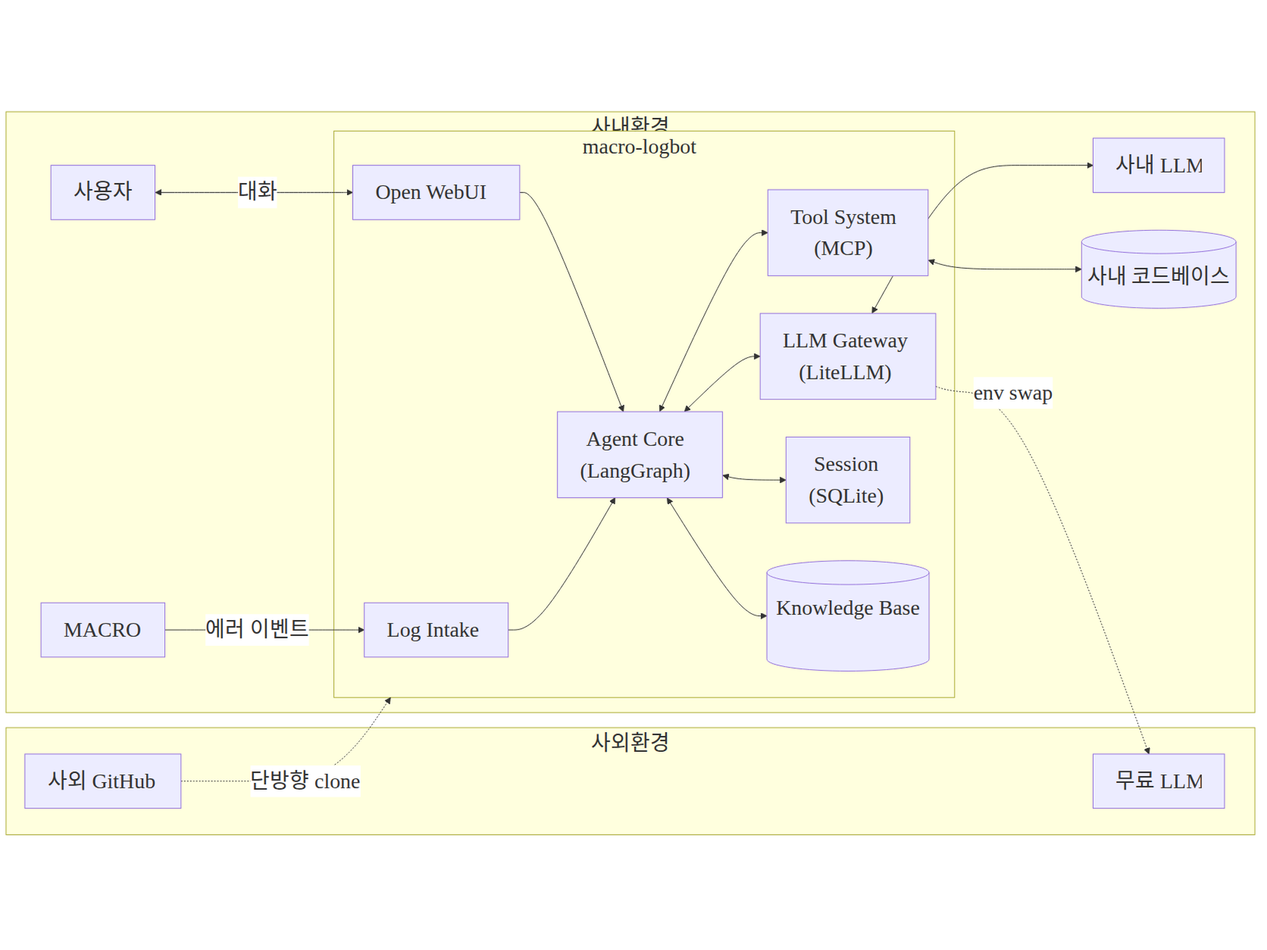
This is docs/showcase/02-architecture-diagram.png from simsimhugh/macro-logbot, a Mermaid export, as it was before one commit. Its source is kept beside it as docs/showcase/02-architecture-diagram.mmd. Source of this version:
```mermaid
%%{init: {"theme":"default", "themeVariables": {"fontFamily": "Noto Sans CJK KR, sans-serif", "fontSize": "28px", "nodeFontSize": "28px", "edgeLabelBackground":"#fff"}}}%%
flowchart LR
    subgraph 사외환경
        GH["사외 GitHub"]
        FREE["무료 LLM"]
    end

    subgraph 사내환경
        MACRO["MACRO"]
        LLM["사내 LLM"]
        CB[("사내 코드베이스")]
        USER["사용자"]

        subgraph deploy["macro-logbot"]
            LI["Log Intake"]
            UI["Open WebUI"]
            AC["Agent Core<br/>(LangGraph)"]
            LG["LLM Gateway<br/>(LiteLLM)"]
            TS["Tool System<br/>(MCP)"]
            SC["Session<br/>(SQLite)"]
            KB[("Knowledge Base")]
        end
    end

    MACRO -->|"에러 이벤트"| LI
    LI --> AC
    USER <-->|"대화"| UI
    UI --> AC
    AC <--> LG
    LG <--> LLM
    LG -.->|"env swap"| FREE
    AC <--> TS
    TS <--> CB
    AC <--> SC
    AC <--> KB
    GH -.->|"단방향 clone"| deploy
```
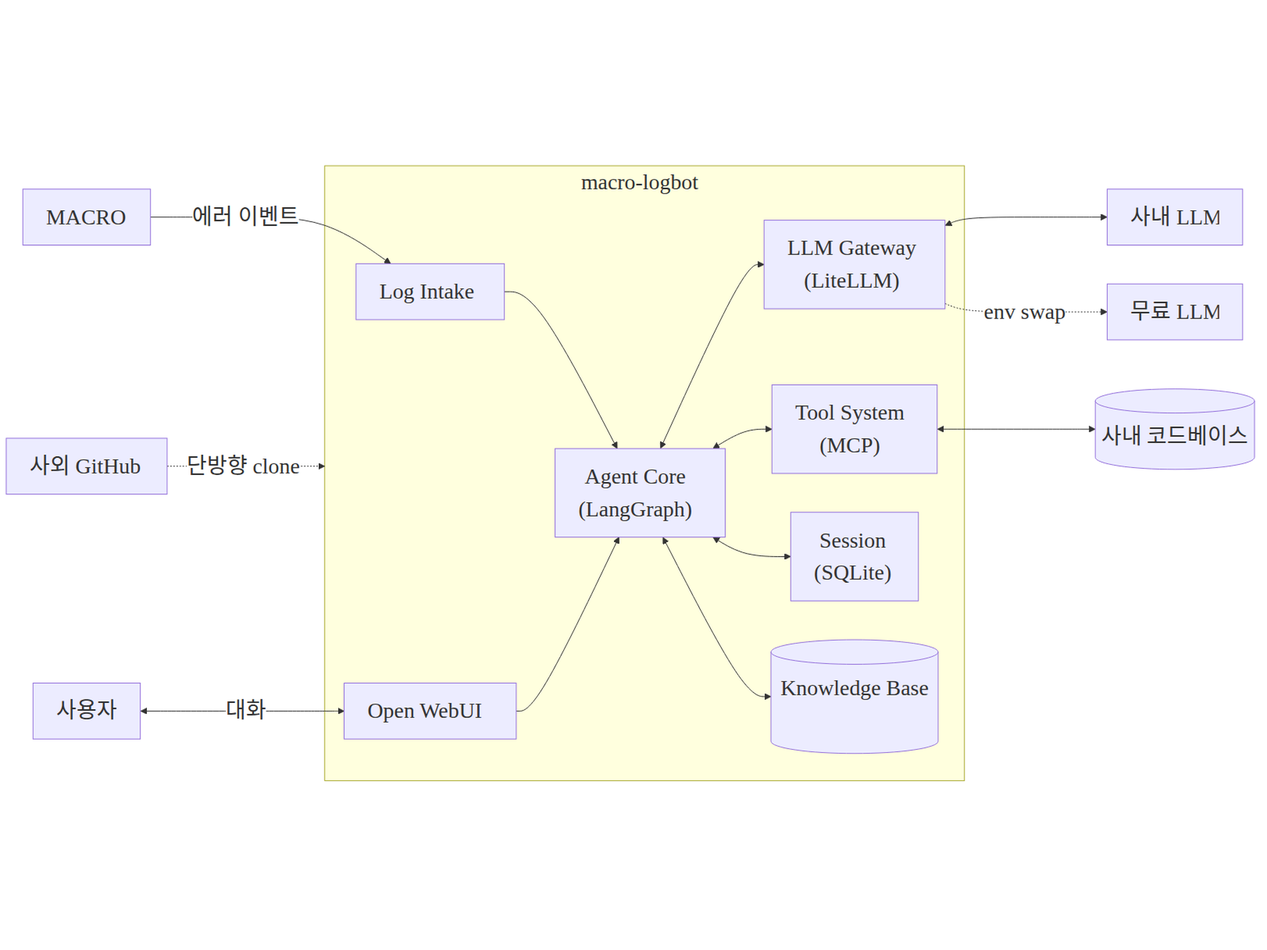
After the change.

Commit message:
docs(showcase): 02 사진 — 사외/사내 subgraph 제거 (글씨 가림 해소)

사용자 피드백: "사내환경" 라벨이 macro-logbot 블록에 가려짐.
- 사외/사내 subgraph 제거 — flat flowchart 로 단순화.
- macro-logbot subgraph 만 유지 (컴포넌트 묶음).
- PNG 4:3 (2000x1500) 재생성.

What changed in the source:
```diff
@@ -1,25 +1,20 @@
 %%{init: {"theme":"default", "themeVariables": {"fontFamily": "Noto Sans CJK KR, sans-serif", "fontSize": "28px", "nodeFontSize": "28px", "edgeLabelBackground":"#fff"}}}%%
 flowchart LR
-    subgraph 사외환경
-        GH["사외 GitHub"]
-        FREE["무료 LLM"]
-    end
+    GH["사외 GitHub"]
+    FREE["무료 LLM"]
+    MACRO["MACRO"]
+    LLM["사내 LLM"]
+    CB[("사내 코드베이스")]
+    USER["사용자"]
 
-    subgraph 사내환경
-        MACRO["MACRO"]
-        LLM["사내 LLM"]
-        CB[("사내 코드베이스")]
-        USER["사용자"]
-
-        subgraph deploy["macro-logbot"]
-            LI["Log Intake"]
-            UI["Open WebUI"]
-            AC["Agent Core<br/>(LangGraph)"]
-            LG["LLM Gateway<br/>(LiteLLM)"]
-            TS["Tool System<br/>(MCP)"]
-            SC["Session<br/>(SQLite)"]
-            KB[("Knowledge Base")]
-        end
+    subgraph deploy["macro-logbot"]
+        LI["Log Intake"]
+        UI["Open WebUI"]
+        AC["Agent Core<br/>(LangGraph)"]
+        LG["LLM Gateway<br/>(LiteLLM)"]
+        TS["Tool System<br/>(MCP)"]
+        SC["Session<br/>(SQLite)"]
+        KB[("Knowledge Base")]
     end
 
     MACRO -->|"에러 이벤트"| LI
```
